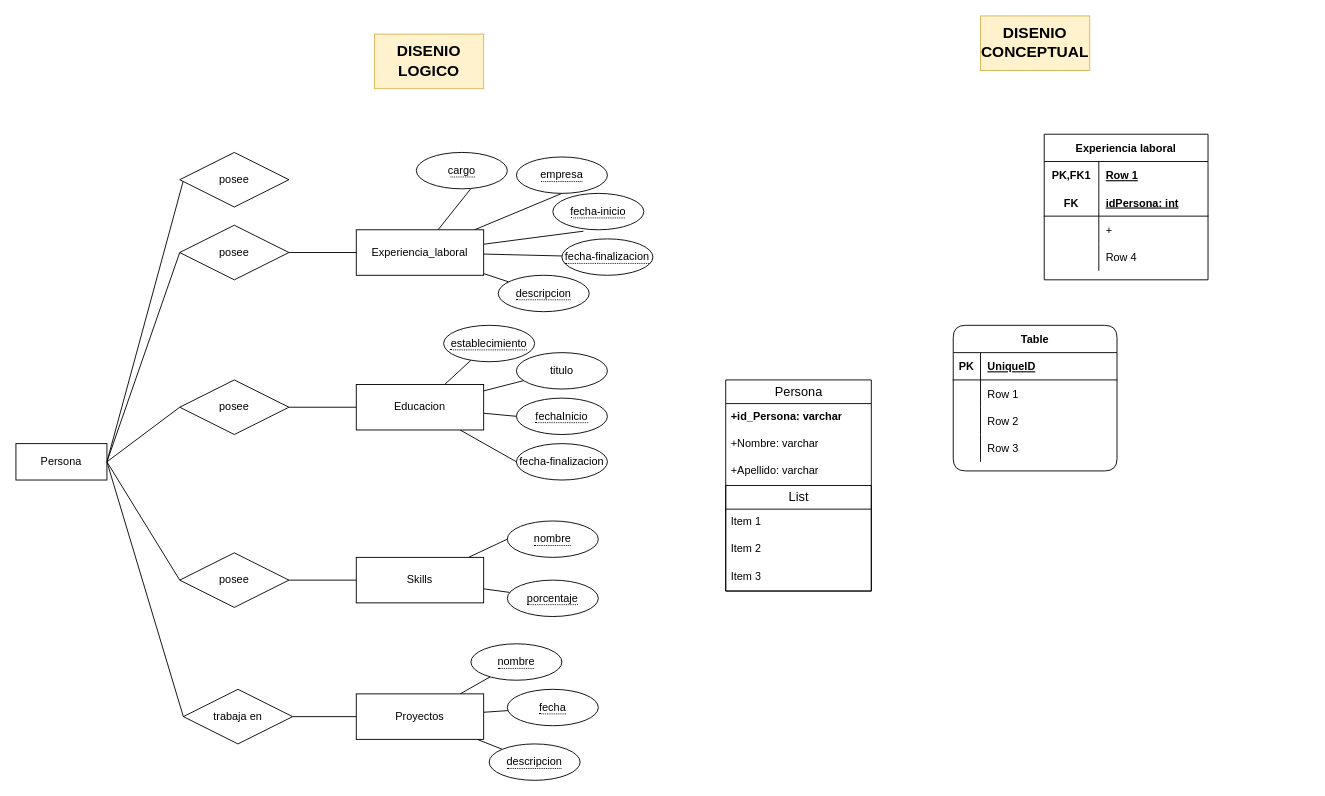
The draw.io diagram database/DERv2.drawio in pablovede/portfolioArgPrograma, before the edit. Source tidied: cells renumbered, new cells numbered last; positions are measured from the earlier drawing's top-left corner, leaving out a move shared by most shapes. Both pictures are drawn from the tidied source at 91%, with x=0, y=0 at pixel (15, 15).
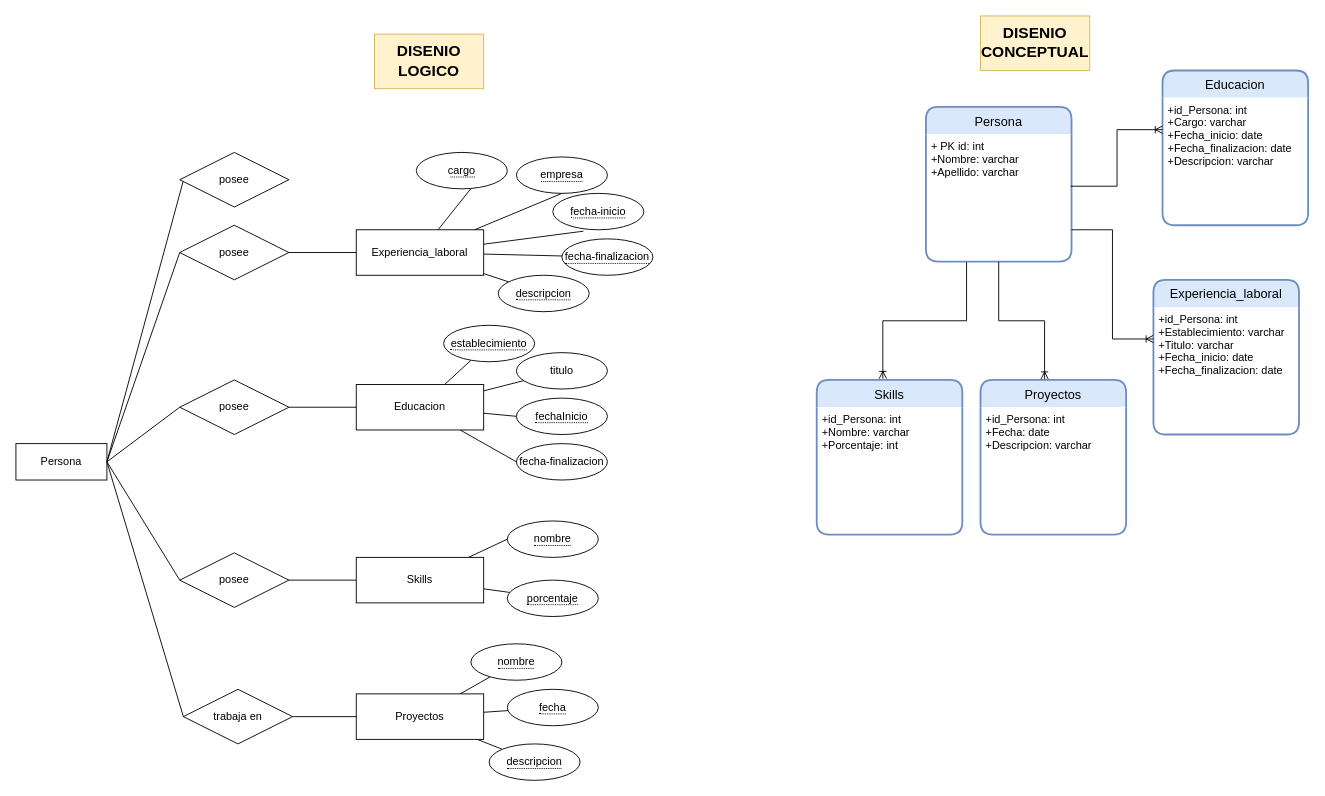
The same diagram, later.

The edit, as a diff of the source:
```diff
@@
-    <mxCell id="51" value="Experiencia laboral" style="shape=table;startSize=30;childLayout=tableLayout;rowLines=0;fontStyle=1;align=center;fontFamily=Helvetica;fontSize=12;fontColor=default;" parent="1" vertex="1">
-      <mxGeometry x="1130" y="130" width="180" height="160" as="geometry" />
-    </mxCell>
-    <mxCell id="52" style="shape=tableRow;horizontal=0;startSize=0;swimlaneHead=0;swimlaneBody=0;fillColor=none;top=0;left=0;right=0;bottom=0;fontFamily=Helvetica;fontSize=12;fontColor=default;" parent="51" vertex="1">
-      <mxGeometry y="30" width="180" height="30" as="geometry" />
-    </mxCell>
-    <mxCell id="53" value="PK,FK1" style="shape=partialRectangle;fillColor=none;top=0;left=0;bottom=0;right=0;fontStyle=1;overflow=hidden;fontFamily=Helvetica;fontSize=12;fontColor=default;" parent="52" vertex="1">
-      <mxGeometry width="60" height="30" as="geometry" />
-    </mxCell>
-    <mxCell id="54" value="Row 1" style="shape=partialRectangle;fillColor=none;top=0;left=0;bottom=0;right=0;align=left;spacingLeft=6;fontStyle=5;overflow=hidden;fontFamily=Helvetica;fontSize=12;fontColor=default;" parent="52" vertex="1">
-      <mxGeometry x="60" width="120" height="30" as="geometry" />
-    </mxCell>
-    <mxCell id="55" style="shape=tableRow;horizontal=0;startSize=0;swimlaneHead=0;swimlaneBody=0;fillColor=none;top=0;left=0;right=0;bottom=1;fontFamily=Helvetica;fontSize=12;fontColor=default;" parent="51" vertex="1">
-      <mxGeometry y="60" width="180" height="30" as="geometry" />
-    </mxCell>
-    <mxCell id="56" value="FK" style="shape=partialRectangle;fillColor=none;top=0;left=0;bottom=0;right=0;fontStyle=1;overflow=hidden;fontFamily=Helvetica;fontSize=12;fontColor=default;" parent="55" vertex="1">
-      <mxGeometry width="60" height="30" as="geometry" />
-    </mxCell>
-    <mxCell id="57" value="idPersona: int" style="shape=partialRectangle;fillColor=none;top=0;left=0;bottom=0;right=0;align=left;spacingLeft=6;fontStyle=5;overflow=hidden;fontFamily=Helvetica;fontSize=12;fontColor=default;" parent="55" vertex="1">
-      <mxGeometry x="60" width="120" height="30" as="geometry" />
-    </mxCell>
-    <mxCell id="58" style="shape=tableRow;horizontal=0;startSize=0;swimlaneHead=0;swimlaneBody=0;fillColor=none;top=0;left=0;right=0;bottom=0;fontFamily=Helvetica;fontSize=12;fontColor=default;" parent="51" vertex="1">
-      <mxGeometry y="90" width="180" height="30" as="geometry" />
-    </mxCell>
-    <mxCell id="59" style="shape=partialRectangle;fillColor=none;top=0;left=0;bottom=0;right=0;overflow=hidden;fontFamily=Helvetica;fontSize=12;fontColor=default;" parent="58" vertex="1">
-      <mxGeometry width="60" height="30" as="geometry" />
-    </mxCell>
-    <mxCell id="60" value="+" style="shape=partialRectangle;fillColor=none;top=0;left=0;bottom=0;right=0;align=left;spacingLeft=6;overflow=hidden;fontFamily=Helvetica;fontSize=12;fontColor=default;" parent="58" vertex="1">
-      <mxGeometry x="60" width="120" height="30" as="geometry" />
-    </mxCell>
-    <mxCell id="61" style="shape=tableRow;horizontal=0;startSize=0;swimlaneHead=0;swimlaneBody=0;fillColor=none;top=0;left=0;right=0;bottom=0;fontFamily=Helvetica;fontSize=12;fontColor=default;" parent="51" vertex="1">
-      <mxGeometry y="120" width="180" height="30" as="geometry" />
-    </mxCell>
-    <mxCell id="62" style="shape=partialRectangle;fillColor=none;top=0;left=0;bottom=0;right=0;overflow=hidden;fontFamily=Helvetica;fontSize=12;fontColor=default;" parent="61" vertex="1">
-      <mxGeometry width="60" height="30" as="geometry" />
-    </mxCell>
-    <mxCell id="63" value="Row 4" style="shape=partialRectangle;fillColor=none;top=0;left=0;bottom=0;right=0;align=left;spacingLeft=6;overflow=hidden;fontFamily=Helvetica;fontSize=12;fontColor=default;" parent="61" vertex="1">
-      <mxGeometry x="60" width="120" height="30" as="geometry" />
-    </mxCell>
-    <mxCell id="64" value="Table" style="shape=table;startSize=30;childLayout=tableLayout;rowLines=0;fontStyle=1;align=center;rounded=1;shadow=0;labelBackgroundColor=none;labelBorderColor=none;fontFamily=Helvetica;fontSize=12;fontColor=default;strokeColor=default;strokeWidth=1;fillColor=none;" parent="1" vertex="1">
-      <mxGeometry x="1030" y="340" width="180" height="160" as="geometry" />
-    </mxCell>
-    <mxCell id="65" style="shape=tableRow;horizontal=0;startSize=0;swimlaneHead=0;swimlaneBody=0;fillColor=none;top=0;left=0;right=0;bottom=1;rounded=1;shadow=0;labelBackgroundColor=none;labelBorderColor=none;fontFamily=Helvetica;fontSize=12;fontColor=default;strokeColor=default;strokeWidth=1;" parent="64" vertex="1">
-      <mxGeometry y="30" width="180" height="30" as="geometry" />
-    </mxCell>
-    <mxCell id="66" value="PK" style="shape=partialRectangle;fillColor=none;top=0;left=0;bottom=0;right=0;fontStyle=1;overflow=hidden;rounded=1;shadow=0;labelBackgroundColor=none;labelBorderColor=none;fontFamily=Helvetica;fontSize=12;fontColor=default;strokeColor=default;strokeWidth=1;" parent="65" vertex="1">
-      <mxGeometry width="30" height="30" as="geometry" />
-    </mxCell>
-    <mxCell id="67" value="UniqueID" style="shape=partialRectangle;fillColor=none;top=0;left=0;bottom=0;right=0;align=left;spacingLeft=6;fontStyle=5;overflow=hidden;rounded=1;shadow=0;labelBackgroundColor=none;labelBorderColor=none;fontFamily=Helvetica;fontSize=12;fontColor=default;strokeColor=default;strokeWidth=1;" parent="65" vertex="1">
-      <mxGeometry x="30" width="150" height="30" as="geometry" />
-    </mxCell>
-    <mxCell id="68" style="shape=tableRow;horizontal=0;startSize=0;swimlaneHead=0;swimlaneBody=0;fillColor=none;top=0;left=0;right=0;bottom=0;rounded=1;shadow=0;labelBackgroundColor=none;labelBorderColor=none;fontFamily=Helvetica;fontSize=12;fontColor=default;strokeColor=default;strokeWidth=1;" parent="64" vertex="1">
-      <mxGeometry y="60" width="180" height="30" as="geometry" />
-    </mxCell>
-    <mxCell id="69" style="shape=partialRectangle;fillColor=none;top=0;left=0;bottom=0;right=0;overflow=hidden;rounded=1;shadow=0;labelBackgroundColor=none;labelBorderColor=none;fontFamily=Helvetica;fontSize=12;fontColor=default;strokeColor=default;strokeWidth=1;" parent="68" vertex="1">
-      <mxGeometry width="30" height="30" as="geometry" />
-    </mxCell>
-    <mxCell id="70" value="Row 1" style="shape=partialRectangle;fillColor=none;top=0;left=0;bottom=0;right=0;align=left;spacingLeft=6;overflow=hidden;rounded=1;shadow=0;labelBackgroundColor=none;labelBorderColor=none;fontFamily=Helvetica;fontSize=12;fontColor=default;strokeColor=default;strokeWidth=1;" parent="68" vertex="1">
-      <mxGeometry x="30" width="150" height="30" as="geometry" />
-    </mxCell>
-    <mxCell id="71" style="shape=tableRow;horizontal=0;startSize=0;swimlaneHead=0;swimlaneBody=0;fillColor=none;top=0;left=0;right=0;bottom=0;rounded=1;shadow=0;labelBackgroundColor=none;labelBorderColor=none;fontFamily=Helvetica;fontSize=12;fontColor=default;strokeColor=default;strokeWidth=1;" parent="64" vertex="1">
-      <mxGeometry y="90" width="180" height="30" as="geometry" />
-    </mxCell>
-    <mxCell id="72" style="shape=partialRectangle;fillColor=none;top=0;left=0;bottom=0;right=0;overflow=hidden;rounded=1;shadow=0;labelBackgroundColor=none;labelBorderColor=none;fontFamily=Helvetica;fontSize=12;fontColor=default;strokeColor=default;strokeWidth=1;" parent="71" vertex="1">
-      <mxGeometry width="30" height="30" as="geometry" />
-    </mxCell>
-    <mxCell id="73" value="Row 2" style="shape=partialRectangle;fillColor=none;top=0;left=0;bottom=0;right=0;align=left;spacingLeft=6;overflow=hidden;rounded=1;shadow=0;labelBackgroundColor=none;labelBorderColor=none;fontFamily=Helvetica;fontSize=12;fontColor=default;strokeColor=default;strokeWidth=1;" parent="71" vertex="1">
-      <mxGeometry x="30" width="150" height="30" as="geometry" />
-    </mxCell>
-    <mxCell id="74" style="shape=tableRow;horizontal=0;startSize=0;swimlaneHead=0;swimlaneBody=0;fillColor=none;top=0;left=0;right=0;bottom=0;rounded=1;shadow=0;labelBackgroundColor=none;labelBorderColor=none;fontFamily=Helvetica;fontSize=12;fontColor=default;strokeColor=default;strokeWidth=1;" parent="64" vertex="1">
-      <mxGeometry y="120" width="180" height="30" as="geometry" />
-    </mxCell>
-    <mxCell id="75" style="shape=partialRectangle;fillColor=none;top=0;left=0;bottom=0;right=0;overflow=hidden;rounded=1;shadow=0;labelBackgroundColor=none;labelBorderColor=none;fontFamily=Helvetica;fontSize=12;fontColor=default;strokeColor=default;strokeWidth=1;" parent="74" vertex="1">
-      <mxGeometry width="30" height="30" as="geometry" />
-    </mxCell>
-    <mxCell id="76" value="Row 3" style="shape=partialRectangle;fillColor=none;top=0;left=0;bottom=0;right=0;align=left;spacingLeft=6;overflow=hidden;rounded=1;shadow=0;labelBackgroundColor=none;labelBorderColor=none;fontFamily=Helvetica;fontSize=12;fontColor=default;strokeColor=default;strokeWidth=1;" parent="74" vertex="1">
-      <mxGeometry x="30" width="150" height="30" as="geometry" />
-    </mxCell>
-    <mxCell id="77" value="Persona" style="swimlane;fontStyle=0;horizontal=1;startSize=26;align=center;fontSize=14;rounded=0;shadow=0;labelBackgroundColor=none;labelBorderColor=none;fontFamily=Helvetica;fontColor=default;strokeColor=default;strokeWidth=1;fillColor=none;html=1;" parent="1" vertex="1">
-      <mxGeometry x="780" y="400" width="160" height="232" as="geometry" />
+    <mxCell id="77" value="Persona" style="swimlane;horizontal=1;startSize=30;rounded=1;fontSize=14;fontStyle=0;strokeWidth=2;shadow=0;dashed=0;align=center;swimlaneFillColor=default;fillColor=#dae8fc;strokeColor=#6c8ebf;sketch=0;glass=0;swimlaneLine=0;labelBorderColor=none;" parent="1" vertex="1">
+      <mxGeometry x="1000" y="100" width="160" height="170" as="geometry" />
     </mxCell>
-    <mxCell id="78" value="+id_Persona: varchar" style="text;strokeColor=none;fillColor=none;spacingLeft=4;spacingRight=4;overflow=hidden;fontSize=12;rounded=0;shadow=0;labelBackgroundColor=none;labelBorderColor=none;fontFamily=Helvetica;fontColor=default;html=1;fontStyle=1;" parent="77" vertex="1">
-      <mxGeometry y="26" width="160" height="30" as="geometry" />
-    </mxCell>
-    <mxCell id="79" value="+Nombre: varchar" style="text;strokeColor=none;fillColor=none;spacingLeft=4;spacingRight=4;overflow=hidden;fontSize=12;rounded=0;shadow=0;labelBackgroundColor=none;labelBorderColor=none;fontFamily=Helvetica;fontColor=default;html=1;" parent="77" vertex="1">
-      <mxGeometry y="56" width="160" height="30" as="geometry" />
-    </mxCell>
-    <mxCell id="80" value="+Apellido: varchar" style="text;strokeColor=none;fillColor=none;spacingLeft=4;spacingRight=4;overflow=hidden;fontSize=12;rounded=0;shadow=0;labelBackgroundColor=none;labelBorderColor=none;fontFamily=Helvetica;fontColor=default;html=1;" parent="77" vertex="1">
-      <mxGeometry y="86" width="160" height="30" as="geometry" />
-    </mxCell>
-    <mxCell id="81" value="List" style="swimlane;fontStyle=0;horizontal=1;startSize=26;align=center;fontSize=14;rounded=0;shadow=0;labelBackgroundColor=none;labelBorderColor=none;fontFamily=Helvetica;fontColor=default;strokeColor=default;strokeWidth=1;fillColor=none;html=1;" parent="77" vertex="1">
-      <mxGeometry y="116" width="160" height="116" as="geometry" />
-    </mxCell>
-    <mxCell id="82" value="Item 1" style="text;strokeColor=none;fillColor=none;spacingLeft=4;spacingRight=4;overflow=hidden;fontSize=12;rounded=0;shadow=0;labelBackgroundColor=none;labelBorderColor=none;fontFamily=Helvetica;fontColor=default;html=1;" parent="81" vertex="1">
-      <mxGeometry y="26" width="160" height="30" as="geometry" />
-    </mxCell>
-    <mxCell id="83" value="Item 2" style="text;strokeColor=none;fillColor=none;spacingLeft=4;spacingRight=4;overflow=hidden;fontSize=12;rounded=0;shadow=0;labelBackgroundColor=none;labelBorderColor=none;fontFamily=Helvetica;fontColor=default;html=1;" parent="81" vertex="1">
-      <mxGeometry y="56" width="160" height="30" as="geometry" />
-    </mxCell>
-    <mxCell id="84" value="Item 3" style="text;strokeColor=none;fillColor=none;spacingLeft=4;spacingRight=4;overflow=hidden;fontSize=12;rounded=0;shadow=0;labelBackgroundColor=none;labelBorderColor=none;fontFamily=Helvetica;fontColor=default;html=1;" parent="81" vertex="1">
-      <mxGeometry y="86" width="160" height="30" as="geometry" />
-    </mxCell>
+    <mxCell id="85" value="+ PK id: int&#10;+Nombre: varchar&#10;+Apellido: varchar" style="align=left;strokeColor=none;fillColor=none;spacingLeft=4;fontSize=12;verticalAlign=top;fontStyle=0;" parent="77" vertex="1">
+      <mxGeometry y="30" width="160" height="140" as="geometry" />
+    </mxCell>
+    <mxCell id="86" value="Experiencia_laboral" style="swimlane;horizontal=1;startSize=30;rounded=1;fontSize=14;fontStyle=0;strokeWidth=2;shadow=0;dashed=0;align=center;swimlaneFillColor=default;fillColor=#dae8fc;strokeColor=#6c8ebf;sketch=0;glass=0;swimlaneLine=0;labelBorderColor=none;" parent="1" vertex="1">
+      <mxGeometry x="1250" y="290" width="160" height="170" as="geometry" />
+    </mxCell>
+    <mxCell id="87" value="+id_Persona: int&#10;+Establecimiento: varchar&#10;+Titulo: varchar&#10;+Fecha_inicio: date&#10;+Fecha_finalizacion: date" style="align=left;strokeColor=none;fillColor=none;spacingLeft=4;fontSize=12;verticalAlign=top;" parent="86" vertex="1">
+      <mxGeometry y="30" width="160" height="140" as="geometry" />
+    </mxCell>
+    <mxCell id="88" value="Educacion" style="swimlane;horizontal=1;startSize=30;rounded=1;fontSize=14;fontStyle=0;strokeWidth=2;shadow=0;dashed=0;align=center;swimlaneFillColor=default;fillColor=#dae8fc;strokeColor=#6c8ebf;sketch=0;glass=0;swimlaneLine=0;labelBorderColor=none;" parent="1" vertex="1">
+      <mxGeometry x="1260" y="60" width="160" height="170" as="geometry" />
+    </mxCell>
+    <mxCell id="89" value="+id_Persona: int&#10;+Cargo: varchar&#10;+Fecha_inicio: date&#10;+Fecha_finalizacion: date&#10;+Descripcion: varchar" style="align=left;strokeColor=none;fillColor=none;spacingLeft=4;fontSize=12;verticalAlign=top;" parent="88" vertex="1">
+      <mxGeometry y="30" width="160" height="140" as="geometry" />
+    </mxCell>
+    <mxCell id="90" value="Skills" style="swimlane;horizontal=1;startSize=30;rounded=1;fontSize=14;fontStyle=0;strokeWidth=2;shadow=0;dashed=0;align=center;swimlaneFillColor=default;fillColor=#dae8fc;strokeColor=#6c8ebf;sketch=0;glass=0;swimlaneLine=0;labelBorderColor=none;" parent="1" vertex="1">
+      <mxGeometry x="880" y="400" width="160" height="170" as="geometry" />
+    </mxCell>
+    <mxCell id="91" value="+id_Persona: int&#10;+Nombre: varchar&#10;+Porcentaje: int" style="align=left;strokeColor=none;fillColor=none;spacingLeft=4;fontSize=12;verticalAlign=top;" parent="90" vertex="1">
+      <mxGeometry y="30" width="160" height="140" as="geometry" />
+    </mxCell>
+    <mxCell id="92" value="Proyectos" style="swimlane;horizontal=1;startSize=30;rounded=1;fontSize=14;fontStyle=0;strokeWidth=2;shadow=0;dashed=0;align=center;swimlaneFillColor=default;fillColor=#dae8fc;strokeColor=#6c8ebf;sketch=0;glass=0;swimlaneLine=0;labelBorderColor=none;" parent="1" vertex="1">
+      <mxGeometry x="1060" y="400" width="160" height="170" as="geometry" />
+    </mxCell>
+    <mxCell id="93" value="+id_Persona: int&#10;+Fecha: date&#10;+Descripcion: varchar" style="align=left;strokeColor=none;fillColor=none;spacingLeft=4;fontSize=12;verticalAlign=top;" parent="92" vertex="1">
+      <mxGeometry y="30" width="160" height="140" as="geometry" />
+    </mxCell>
+    <mxCell id="94" style="edgeStyle=elbowEdgeStyle;fontSize=12;html=1;endArrow=ERoneToMany;rounded=0;entryX=0;entryY=0.25;entryDx=0;entryDy=0;exitX=1;exitY=0.75;exitDx=0;exitDy=0;" parent="1" edge="1" source="85" target="87">
+      <mxGeometry relative="1" as="geometry" />
+    </mxCell>
+    <mxCell id="95" style="edgeStyle=elbowEdgeStyle;fontSize=12;html=1;endArrow=ERoneToMany;rounded=0;entryX=0;entryY=0.25;entryDx=0;entryDy=0;exitX=0.994;exitY=0.408;exitDx=0;exitDy=0;exitPerimeter=0;" parent="1" edge="1" source="85" target="89">
+      <mxGeometry relative="1" as="geometry" />
+    </mxCell>
+    <mxCell id="96" style="edgeStyle=elbowEdgeStyle;fontSize=12;html=1;endArrow=ERoneToMany;rounded=0;entryX=0.44;entryY=-0.005;entryDx=0;entryDy=0;exitX=0.5;exitY=1;exitDx=0;exitDy=0;entryPerimeter=0;elbow=vertical;" parent="1" edge="1" source="85" target="92">
+      <mxGeometry relative="1" as="geometry" />
+    </mxCell>
+    <mxCell id="97" style="edgeStyle=elbowEdgeStyle;fontSize=12;html=1;endArrow=ERoneToMany;rounded=0;entryX=0.454;entryY=-0.008;entryDx=0;entryDy=0;entryPerimeter=0;elbow=vertical;exitX=0.279;exitY=1.004;exitDx=0;exitDy=0;exitPerimeter=0;" parent="1" edge="1" source="85" target="90">
+      <mxGeometry relative="1" as="geometry" />
+    </mxCell>
```
